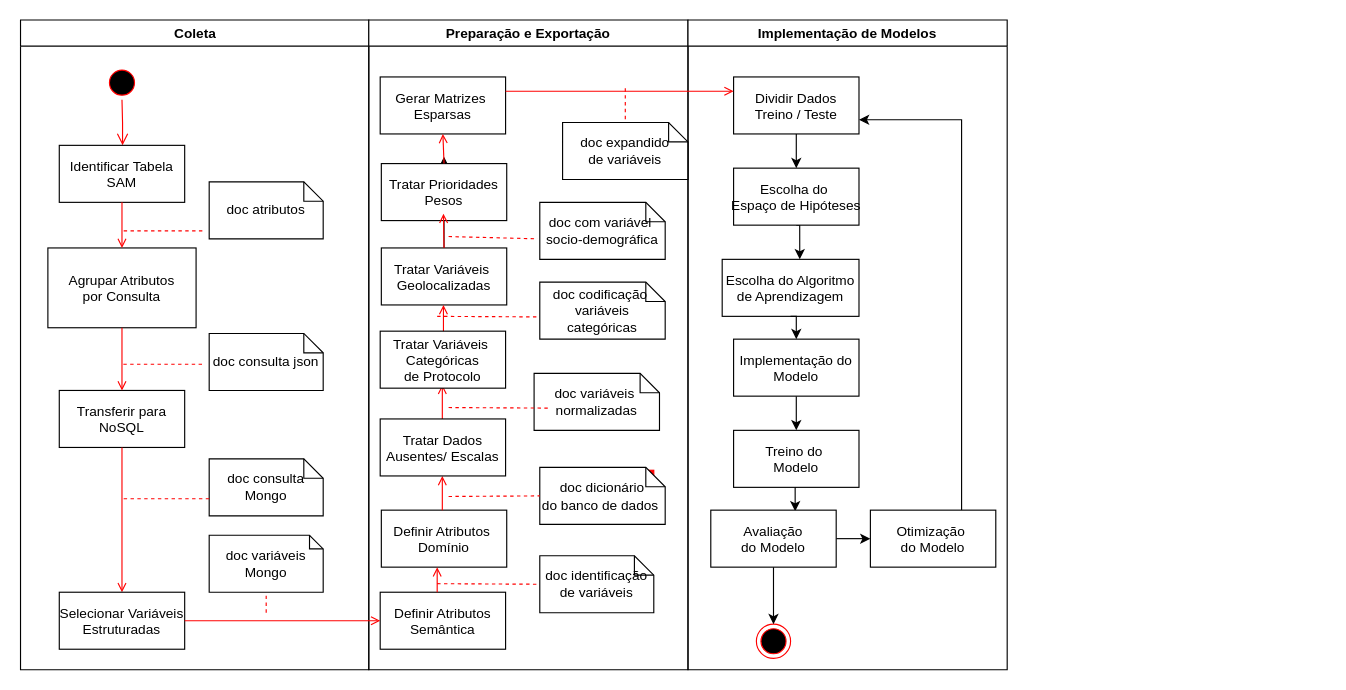
Above: Untitled Diagram.drawio in nunesdavidson000/datavis--course (draw.io), before the change. Source tidied: cells renumbered, new cells numbered last; positions are measured from the earlier drawing's top-left corner, leaving out a move shared by most shapes. Both pictures are drawn from the tidied source at 114%, with x=0, y=0 at pixel (19, 19).
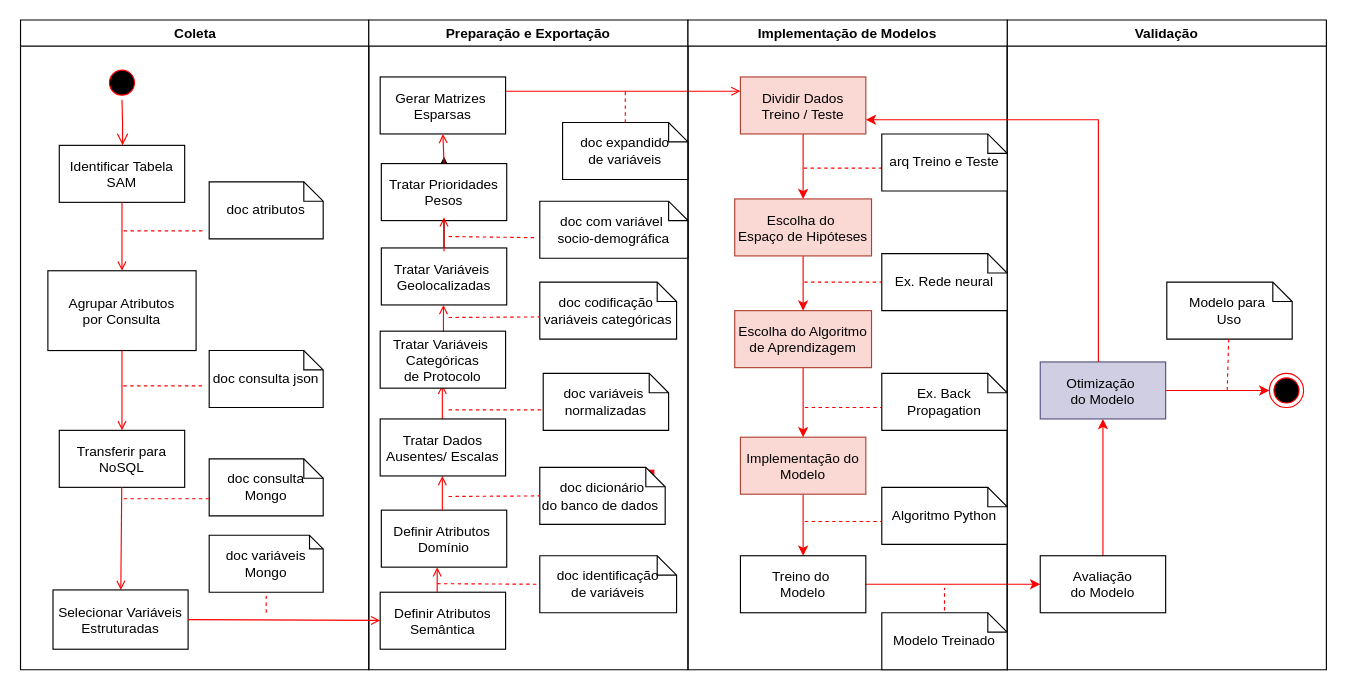
After the change.

The change refers to these unchanged cells:
```xml
<mxCell id="2" value="Coleta" style="swimlane;whiteSpace=wrap;align=center;" parent="1" vertex="1">
  <mxGeometry x="0.5" width="305.5" height="570" as="geometry" />
</mxCell>
<mxCell id="15" value="Preparação e Exportação" style="swimlane;whiteSpace=wrap;" parent="2" vertex="1">
  <mxGeometry x="305.5" width="280" height="570" as="geometry" />
</mxCell>
<mxCell id="38" value="doc expandido&#10;de variáveis" style="shape=note;whiteSpace=wrap;size=17;" parent="15" vertex="1">
  <mxGeometry x="170" y="90" width="110" height="50" as="geometry" />
</mxCell>
```

The edit, as a diff of the source:
```diff
@@
     <mxCell id="6" value="Agrupar Atributos &#10;por Consulta" parent="2" vertex="1">
-      <mxGeometry x="24" y="200" width="130" height="70" as="geometry" />
+      <mxGeometry x="24" y="220" width="130" height="70" as="geometry" />
     </mxCell>
@@
     <mxCell id="8" value="Transferir para&#10;NoSQL" parent="2" vertex="1">
-      <mxGeometry x="34" y="325" width="110" height="50" as="geometry" />
+      <mxGeometry x="34" y="360" width="110" height="50" as="geometry" />
     </mxCell>
@@
     <mxCell id="11" style="endArrow=none;strokeColor=#FF0000;endFill=0;rounded=0;dashed=1;" parent="2" edge="1">
       <mxGeometry relative="1" as="geometry">
-        <mxPoint x="159.2" y="302" as="sourcePoint" />
-        <mxPoint x="89.5" y="302" as="targetPoint" />
+        <mxPoint x="159.2" y="321" as="sourcePoint" />
+        <mxPoint x="89.5" y="321" as="targetPoint" />
       </mxGeometry>
     </mxCell>
@@
     <mxCell id="13" value="doc consulta json" style="shape=note;whiteSpace=wrap;size=17;" parent="2" vertex="1">
-      <mxGeometry x="165.5" y="275" width="100" height="50" as="geometry" />
+      <mxGeometry x="165.5" y="290" width="100" height="50" as="geometry" />
     </mxCell>
@@
-    <mxCell id="22" value="doc identificação de variáveis" style="shape=note;whiteSpace=wrap;size=17;" parent="15" vertex="1">
-      <mxGeometry x="150" y="470" width="100" height="50" as="geometry" />
+    <mxCell id="22" value="doc identificação &#10;de variáveis" style="shape=note;whiteSpace=wrap;size=17;" parent="15" vertex="1">
+      <mxGeometry x="150" y="470" width="120" height="50" as="geometry" />
     </mxCell>
@@
     <mxCell id="27" value="doc codificação &#10;variáveis categóricas" style="shape=note;whiteSpace=wrap;size=17;" parent="15" vertex="1">
-      <mxGeometry x="150" y="230" width="110" height="50" as="geometry" />
+      <mxGeometry x="150" y="230" width="120" height="50" as="geometry" />
     </mxCell>
@@
     <mxCell id="30" value="doc variáveis &#10;normalizadas" style="shape=note;whiteSpace=wrap;size=17;" parent="15" vertex="1">
-      <mxGeometry x="145" y="310" width="110" height="50" as="geometry" />
+      <mxGeometry x="153" y="310" width="110" height="50" as="geometry" />
     </mxCell>
@@
-    <mxCell id="32" style="endArrow=none;strokeColor=#FF0000;endFill=0;rounded=0;dashed=1;entryX=0;entryY=0.5;entryDx=0;entryDy=0;entryPerimeter=0;" parent="15" edge="1">
+    <mxCell id="32" style="endArrow=none;strokeColor=#FF0000;endFill=0;rounded=0;dashed=1;entryX=0;entryY=0.64;entryDx=0;entryDy=0;entryPerimeter=0;" parent="15" edge="1" target="30">
       <mxGeometry relative="1" as="geometry">
-        <mxPoint x="70" y="340" as="sourcePoint" />
-        <mxPoint x="160" y="340.5" as="targetPoint" />
+        <mxPoint x="70" y="342" as="sourcePoint" />
       </mxGeometry>
     </mxCell>
     <mxCell id="33" style="endArrow=none;strokeColor=#FF0000;endFill=0;rounded=0;dashed=1;entryX=0;entryY=0.5;entryDx=0;entryDy=0;entryPerimeter=0;" parent="15" edge="1">
       <mxGeometry relative="1" as="geometry">
-        <mxPoint x="60" y="260" as="sourcePoint" />
+        <mxPoint x="70" y="261" as="sourcePoint" />
         <mxPoint x="150" y="260.5" as="targetPoint" />
       </mxGeometry>
     </mxCell>
@@
     <mxCell id="36" style="endArrow=open;strokeColor=#FF0000;endFill=1;rounded=0;" parent="15" edge="1">
       <mxGeometry relative="1" as="geometry">
-        <mxPoint x="66" y="200" as="sourcePoint" />
-        <mxPoint x="65.5" y="170" as="targetPoint" />
+        <mxPoint x="66" y="203" as="sourcePoint" />
+        <mxPoint x="66" y="173" as="targetPoint" />
       </mxGeometry>
     </mxCell>
     <mxCell id="37" value="doc com variável &#10;socio-demográfica" style="shape=note;whiteSpace=wrap;size=17;" parent="15" vertex="1">
-      <mxGeometry x="150" y="160" width="110" height="50" as="geometry" />
+      <mxGeometry x="150" y="159" width="130" height="50" as="geometry" />
     </mxCell>
@@
-    <mxCell id="40" value="Implementação de Modelos" style="swimlane;whiteSpace=wrap;" parent="1" vertex="1">
-      <mxGeometry x="586" width="280" height="570" as="geometry" />
+    <mxCell id="40" value="Validação" style="swimlane;whiteSpace=wrap;" parent="1" vertex="1">
+      <mxGeometry x="866" width="280" height="570" as="geometry" />
     </mxCell>
-    <mxCell id="41" style="edgeStyle=orthogonalEdgeStyle;rounded=0;jettySize=auto;html=1;entryX=1;entryY=0.75;entryDx=0;entryDy=0;" parent="40" edge="1" source="48" target="45">
-      <mxGeometry relative="1" as="geometry">
-        <Array as="points">
-          <mxPoint x="240" y="88" />
-        </Array>
-      </mxGeometry>
-    </mxCell>
-    <mxCell id="42" value="Escolha do Algoritmo&#10;de Aprendizagem" parent="40" vertex="1">
-      <mxGeometry x="30" y="210" width="120" height="50" as="geometry" />
-    </mxCell>
     <mxCell id="43" style="ellipse;shape=endState;fillColor=#000000;strokeColor=#ff0000;" parent="40" vertex="1">
-      <mxGeometry x="60" y="530" width="30" height="30" as="geometry" />
+      <mxGeometry x="230" y="310" width="30" height="30" as="geometry" />
     </mxCell>
-    <mxCell id="44" style="edgeStyle=orthogonalEdgeStyle;rounded=0;jettySize=auto;html=1;exitX=0.5;exitY=1;exitDx=0;exitDy=0;entryX=0.5;entryY=0;entryDx=0;entryDy=0;" parent="40" edge="1" source="45" target="47">
-      <mxGeometry relative="1" as="geometry" />
-    </mxCell>
-    <mxCell id="45" value="Dividir Dados&#10;Treino / Teste" parent="40" vertex="1">
-      <mxGeometry x="40" y="50" width="110" height="50" as="geometry" />
-    </mxCell>
-    <mxCell id="46" style="edgeStyle=orthogonalEdgeStyle;rounded=0;jettySize=auto;html=1;exitX=0.5;exitY=1;exitDx=0;exitDy=0;entryX=0.567;entryY=0;entryDx=0;entryDy=0;entryPerimeter=0;" parent="40" edge="1" source="47" target="42">
-      <mxGeometry relative="1" as="geometry" />
-    </mxCell>
-    <mxCell id="47" value="Escolha do &#10;Espaço de Hipóteses" parent="40" vertex="1">
-      <mxGeometry x="40" y="130" width="110" height="50" as="geometry" />
-    </mxCell>
-    <mxCell id="48" value="Otimização &#10;do Modelo" parent="40" vertex="1">
-      <mxGeometry x="160" y="430" width="110" height="50" as="geometry" />
-    </mxCell>
+    <mxCell id="68" value="Modelo para &#10;Uso" style="shape=note;whiteSpace=wrap;size=17;" parent="40" vertex="1">
+      <mxGeometry x="140" y="230" width="110" height="50" as="geometry" />
+    </mxCell>
@@
     <mxCell id="50" value="Selecionar Variáveis &#10;Estruturadas" parent="1" vertex="1">
-      <mxGeometry x="34.5" y="502" width="110" height="50" as="geometry" />
+      <mxGeometry x="29" y="500" width="118.5" height="52" as="geometry" />
     </mxCell>
@@
-    <mxCell id="57" style="edgeStyle=orthogonalEdgeStyle;rounded=0;jettySize=auto;html=1;exitX=0.5;exitY=1;exitDx=0;exitDy=0;entryX=0.5;entryY=0;entryDx=0;entryDy=0;" parent="1" edge="1" source="58" target="60">
+    <mxCell id="57" style="edgeStyle=orthogonalEdgeStyle;rounded=0;jettySize=auto;html=1;exitX=0.5;exitY=1;exitDx=0;exitDy=0;entryX=0.5;entryY=0;entryDx=0;entryDy=0;strokeColor=#ff0000;" parent="1" edge="1" source="58" target="60">
       <mxGeometry relative="1" as="geometry" />
     </mxCell>
-    <mxCell id="58" value="Implementação do&#10;Modelo" parent="1" vertex="1">
-      <mxGeometry x="626" y="280" width="110" height="50" as="geometry" />
+    <mxCell id="58" value="Implementação do&#10;Modelo" style="fillColor=#fad9d5;strokeColor=#ae4132;" parent="1" vertex="1">
+      <mxGeometry x="632" y="366" width="110" height="50" as="geometry" />
     </mxCell>
-    <mxCell id="59" style="edgeStyle=orthogonalEdgeStyle;rounded=0;jettySize=auto;html=1;exitX=0.5;exitY=1;exitDx=0;exitDy=0;entryX=0.673;entryY=0.02;entryDx=0;entryDy=0;entryPerimeter=0;" parent="1" edge="1" source="60" target="63">
+    <mxCell id="59" style="edgeStyle=orthogonalEdgeStyle;rounded=0;jettySize=auto;html=1;exitX=1;exitY=0.5;exitDx=0;exitDy=0;strokeColor=#ff0000;" parent="1" edge="1" source="60" target="63">
       <mxGeometry relative="1" as="geometry" />
     </mxCell>
     <mxCell id="60" value="Treino do &#10;Modelo" parent="1" vertex="1">
-      <mxGeometry x="626" y="360" width="110" height="50" as="geometry" />
+      <mxGeometry x="632" y="470" width="110" height="50" as="geometry" />
     </mxCell>
-    <mxCell id="61" style="edgeStyle=orthogonalEdgeStyle;rounded=0;jettySize=auto;html=1;exitX=1;exitY=0.5;exitDx=0;exitDy=0;entryX=0;entryY=0.5;entryDx=0;entryDy=0;" parent="1" edge="1" source="63" target="48">
+    <mxCell id="61" style="edgeStyle=orthogonalEdgeStyle;rounded=0;jettySize=auto;html=1;entryX=0.5;entryY=1;entryDx=0;entryDy=0;strokeColor=#ff0000;" parent="1" edge="1" source="63" target="48">
       <mxGeometry relative="1" as="geometry" />
     </mxCell>
-    <mxCell id="62" style="edgeStyle=orthogonalEdgeStyle;rounded=0;jettySize=auto;html=1;entryX=0.5;entryY=0;entryDx=0;entryDy=0;" parent="1" edge="1" source="63" target="43">
-      <mxGeometry relative="1" as="geometry" />
-    </mxCell>
     <mxCell id="63" value="Avaliação &#10;do Modelo" parent="1" vertex="1">
-      <mxGeometry x="606" y="430" width="110" height="50" as="geometry" />
+      <mxGeometry x="895" y="470" width="110" height="50" as="geometry" />
     </mxCell>
@@
-    <mxCell id="66" style="endArrow=none;strokeColor=#FF0000;endFill=0;rounded=0;dashed=1;entryX=0.5;entryY=0;entryDx=0;entryDy=0;entryPerimeter=0;" parent="1" edge="1" target="38">
+    <mxCell id="66" style="endArrow=none;strokeColor=#FF0000;endFill=0;rounded=0;dashed=1;entryX=0.5;entryY=0;entryDx=0;entryDy=0;entryPerimeter=0;" parent="1" edge="1">
       <mxGeometry relative="1" as="geometry">
-        <mxPoint x="531" y="60" as="sourcePoint" />
+        <mxPoint x="531" y="63" as="sourcePoint" />
+        <mxPoint x="531" y="93" as="targetPoint" />
       </mxGeometry>
     </mxCell>
+    <mxCell id="69" value="Implementação de Modelos" style="swimlane;whiteSpace=wrap;" parent="1" vertex="1">
+      <mxGeometry x="586" width="280" height="570" as="geometry" />
+    </mxCell>
+    <mxCell id="42" value="Escolha do Algoritmo&#10;de Aprendizagem" style="fillColor=#fad9d5;strokeColor=#ae4132;" parent="69" vertex="1">
+      <mxGeometry x="41" y="255" width="120" height="50" as="geometry" />
+    </mxCell>
+    <mxCell id="44" style="edgeStyle=orthogonalEdgeStyle;rounded=0;jettySize=auto;html=1;exitX=0.5;exitY=1;exitDx=0;exitDy=0;entryX=0.5;entryY=0;entryDx=0;entryDy=0;fillColor=#fad9d5;strokeColor=#ff0000;" parent="69" edge="1" source="45" target="47">
+      <mxGeometry relative="1" as="geometry" />
+    </mxCell>
+    <mxCell id="45" value="Dividir Dados&#10;Treino / Teste" style="fillColor=#fad9d5;strokeColor=#ae4132;" parent="69" vertex="1">
+      <mxGeometry x="46" y="50" width="110" height="50" as="geometry" />
+    </mxCell>
+    <mxCell id="46" style="edgeStyle=orthogonalEdgeStyle;rounded=0;jettySize=auto;html=1;exitX=0.5;exitY=1;exitDx=0;exitDy=0;strokeColor=#ff0000;" parent="69" edge="1" source="47" target="42">
+      <mxGeometry relative="1" as="geometry" />
+    </mxCell>
+    <mxCell id="47" value="Escolha do &#10;Espaço de Hipóteses" style="fillColor=#fad9d5;strokeColor=#ae4132;" parent="69" vertex="1">
+      <mxGeometry x="41" y="157" width="120" height="50" as="geometry" />
+    </mxCell>
+    <mxCell id="70" style="endArrow=none;strokeColor=#FF0000;endFill=0;rounded=0;dashed=1;entryX=0;entryY=0.64;entryDx=0;entryDy=0;entryPerimeter=0;" parent="69" edge="1">
+      <mxGeometry relative="1" as="geometry">
+        <mxPoint x="101.5" y="130" as="sourcePoint" />
+        <mxPoint x="184.5" y="130" as="targetPoint" />
+      </mxGeometry>
+    </mxCell>
+    <mxCell id="71" style="endArrow=none;strokeColor=#FF0000;endFill=0;rounded=0;dashed=1;entryX=0;entryY=0.64;entryDx=0;entryDy=0;entryPerimeter=0;" parent="69" edge="1">
+      <mxGeometry relative="1" as="geometry">
+        <mxPoint x="102" y="230" as="sourcePoint" />
+        <mxPoint x="185" y="230" as="targetPoint" />
+      </mxGeometry>
+    </mxCell>
+    <mxCell id="72" style="endArrow=none;strokeColor=#FF0000;endFill=0;rounded=0;dashed=1;entryX=0;entryY=0.64;entryDx=0;entryDy=0;entryPerimeter=0;" parent="69" edge="1">
+      <mxGeometry relative="1" as="geometry">
+        <mxPoint x="102.5" y="340" as="sourcePoint" />
+        <mxPoint x="185.5" y="340" as="targetPoint" />
+      </mxGeometry>
+    </mxCell>
+    <mxCell id="73" value="arq Treino e Teste" style="shape=note;whiteSpace=wrap;size=17;" parent="69" vertex="1">
+      <mxGeometry x="170" y="100" width="110" height="50" as="geometry" />
+    </mxCell>
+    <mxCell id="74" value="Ex. Rede neural" style="shape=note;whiteSpace=wrap;size=17;" parent="69" vertex="1">
+      <mxGeometry x="170" y="205" width="110" height="50" as="geometry" />
+    </mxCell>
+    <mxCell id="75" value="Ex. Back Propagation" style="shape=note;whiteSpace=wrap;size=17;" parent="69" vertex="1">
+      <mxGeometry x="170" y="310" width="110" height="50" as="geometry" />
+    </mxCell>
+    <mxCell id="76" style="endArrow=none;strokeColor=#FF0000;endFill=0;rounded=0;dashed=1;entryX=0;entryY=0.64;entryDx=0;entryDy=0;entryPerimeter=0;" parent="69" edge="1">
+      <mxGeometry relative="1" as="geometry">
+        <mxPoint x="102.5" y="440" as="sourcePoint" />
+        <mxPoint x="185.5" y="440" as="targetPoint" />
+      </mxGeometry>
+    </mxCell>
+    <mxCell id="77" value="Algoritmo Python" style="shape=note;whiteSpace=wrap;size=17;" parent="69" vertex="1">
+      <mxGeometry x="170" y="410" width="110" height="50" as="geometry" />
+    </mxCell>
+    <mxCell id="78" value="Modelo Treinado" style="shape=note;whiteSpace=wrap;size=17;" parent="69" vertex="1">
+      <mxGeometry x="170" y="520" width="110" height="50" as="geometry" />
+    </mxCell>
+    <mxCell id="79" style="endArrow=none;strokeColor=#FF0000;endFill=0;rounded=0;dashed=1;exitX=0.5;exitY=0;exitDx=0;exitDy=0;exitPerimeter=0;" parent="69" edge="1">
+      <mxGeometry relative="1" as="geometry">
+        <mxPoint x="225" y="518" as="sourcePoint" />
+        <mxPoint x="225" y="498" as="targetPoint" />
+      </mxGeometry>
+    </mxCell>
+    <mxCell id="80" style="edgeStyle=orthogonalEdgeStyle;rounded=0;jettySize=auto;html=1;exitX=1;exitY=0.5;exitDx=0;exitDy=0;strokeColor=#ff0000;" parent="1" edge="1" source="48" target="43">
+      <mxGeometry relative="1" as="geometry" />
+    </mxCell>
+    <mxCell id="48" value="Otimização &#10;do Modelo" style="fillColor=#d0cee2;strokeColor=#56517e;" parent="1" vertex="1">
+      <mxGeometry x="895" y="300" width="110" height="50" as="geometry" />
+    </mxCell>
+    <mxCell id="41" style="edgeStyle=orthogonalEdgeStyle;rounded=0;jettySize=auto;html=1;entryX=1;entryY=0.75;entryDx=0;entryDy=0;strokeColor=#ff0000;" parent="1" edge="1" source="48" target="45">
+      <mxGeometry relative="1" as="geometry">
+        <Array as="points">
+          <mxPoint x="946" y="88" />
+        </Array>
+      </mxGeometry>
+    </mxCell>
-    <mxCell id="67" style="edgeStyle=orthogonalEdgeStyle;rounded=0;jettySize=auto;html=1;exitX=0.5;exitY=1;exitDx=0;exitDy=0;entryX=0.5;entryY=0;entryDx=0;entryDy=0;" parent="1" edge="1" source="42" target="58">
+    <mxCell id="67" style="edgeStyle=orthogonalEdgeStyle;rounded=0;jettySize=auto;html=1;exitX=0.5;exitY=1;exitDx=0;exitDy=0;entryX=0.5;entryY=0;entryDx=0;entryDy=0;strokeColor=#ff0000;" parent="1" edge="1" source="42" target="58">
       <mxGeometry relative="1" as="geometry" />
     </mxCell>
+    <mxCell id="81" style="endArrow=none;strokeColor=#FF0000;endFill=0;rounded=0;dashed=1;entryX=0;entryY=0.64;entryDx=0;entryDy=0;entryPerimeter=0;" parent="1" edge="1" source="68">
+      <mxGeometry relative="1" as="geometry">
+        <mxPoint x="1059" y="324.5" as="targetPoint" />
+      </mxGeometry>
+    </mxCell>
```
